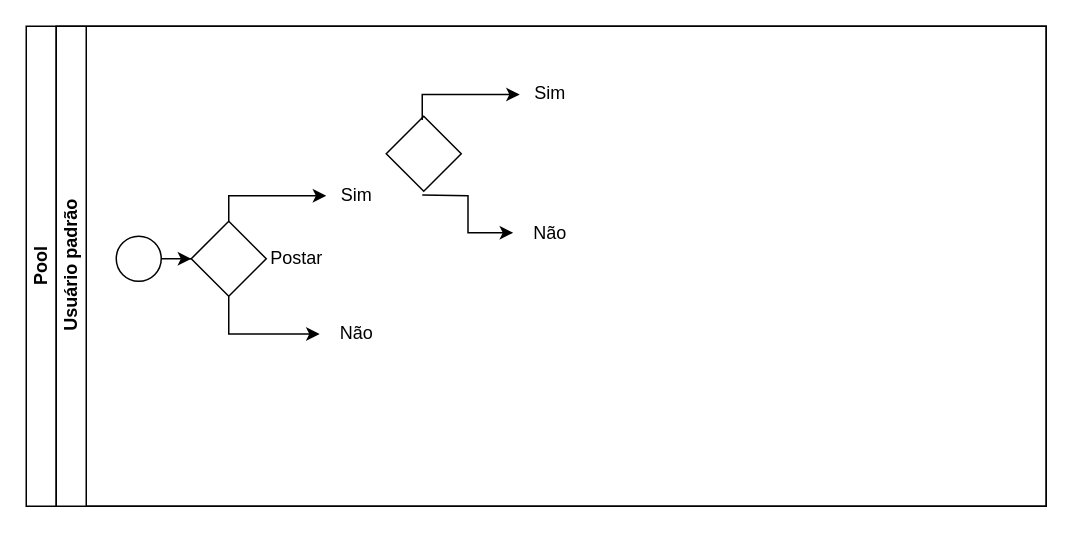
Above: practice-class-1.drawio in bruflor/ADS (draw.io), before the change. Source tidied: cells renumbered, new cells numbered last; positions are measured from the earlier drawing's top-left corner, leaving out a move shared by most shapes. Both pictures are drawn from the tidied source at 150%, with x=0, y=0 at pixel (26, 26).
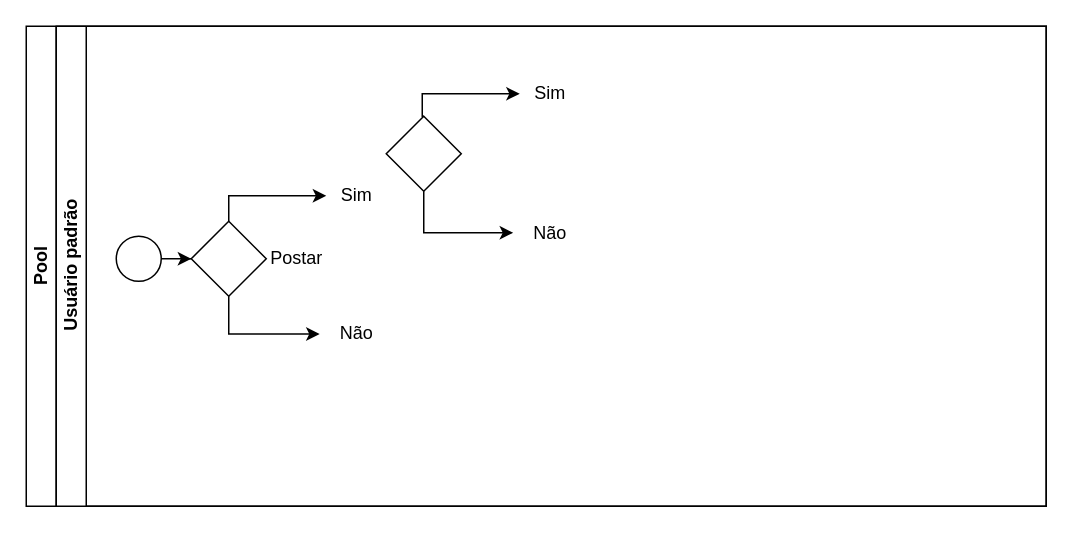
The same page after the edit.

Unchanged cells that the change refers to:
```xml
<mxCell id="3" value="Usuário padrão" style="swimlane;html=1;startSize=20;horizontal=0;" parent="2" vertex="1">
  <mxGeometry x="20" width="660" height="320" as="geometry" />
</mxCell>
<mxCell id="12" style="points=[[0.25,0.25,0],[0.5,0,0],[0.75,0.25,0],[1,0.5,0],[0.75,0.75,0],[0.5,1,0],[0.25,0.75,0],[0,0.5,0]];shape=mxgraph.bpmn.gateway2;html=1;verticalLabelPosition=bottom;labelBackgroundColor=#ffffff;verticalAlign=top;align=center;perimeter=rhombusPerimeter;outlineConnect=0;outline=none;symbol=none;" parent="3" vertex="1">
  <mxGeometry x="220" y="60" width="50" height="50" as="geometry" />
</mxCell>
<mxCell id="14" value="Sim" style="text;html=1;align=center;verticalAlign=middle;points=[];strokeColor=none;fillColor=none;" parent="3" vertex="1">
  <mxGeometry x="309" y="30" width="40" height="30" as="geometry" />
</mxCell>
<mxCell id="15" value="Não" style="text;html=1;align=center;verticalAlign=middle;points=[];strokeColor=none;fillColor=none;" parent="3" vertex="1">
  <mxGeometry x="304" y="122.5" width="50" height="30" as="geometry" />
</mxCell>
```

Diff of the diagram source:
```diff
@@
-    <mxCell id="13" style="edgeStyle=orthogonalEdgeStyle;rounded=0;jettySize=auto;html=1;exitX=0.5;exitY=0;exitDx=0;exitDy=0;exitPerimeter=0;" parent="3" edge="1" target="14">
+    <mxCell id="13" style="edgeStyle=orthogonalEdgeStyle;rounded=0;jettySize=auto;html=1;exitX=0.5;exitY=0;exitDx=0;exitDy=0;exitPerimeter=0;" parent="3" edge="1" source="12" target="14">
       <mxGeometry relative="1" as="geometry">
-        <mxPoint x="244" y="62.5" as="sourcePoint" />
         <Array as="points">
-          <mxPoint x="244" y="45.5" />
+          <mxPoint x="244" y="60" />
+          <mxPoint x="244" y="45" />
         </Array>
       </mxGeometry>
     </mxCell>
@@
-    <mxCell id="16" style="edgeStyle=orthogonalEdgeStyle;rounded=0;jettySize=auto;html=1;entryX=0.012;entryY=0.505;entryDx=0;entryDy=0;entryPerimeter=0;exitX=0.5;exitY=1;exitDx=0;exitDy=0;exitPerimeter=0;" parent="3" edge="1" target="15">
-      <mxGeometry relative="1" as="geometry">
-        <mxPoint x="244" y="112.5" as="sourcePoint" />
-      </mxGeometry>
+    <mxCell id="16" style="edgeStyle=orthogonalEdgeStyle;rounded=0;jettySize=auto;html=1;entryX=0.012;entryY=0.505;entryDx=0;entryDy=0;entryPerimeter=0;exitX=0.5;exitY=1;exitDx=0;exitDy=0;exitPerimeter=0;" parent="3" edge="1" source="12" target="15">
+      <mxGeometry relative="1" as="geometry" />
     </mxCell>
```
